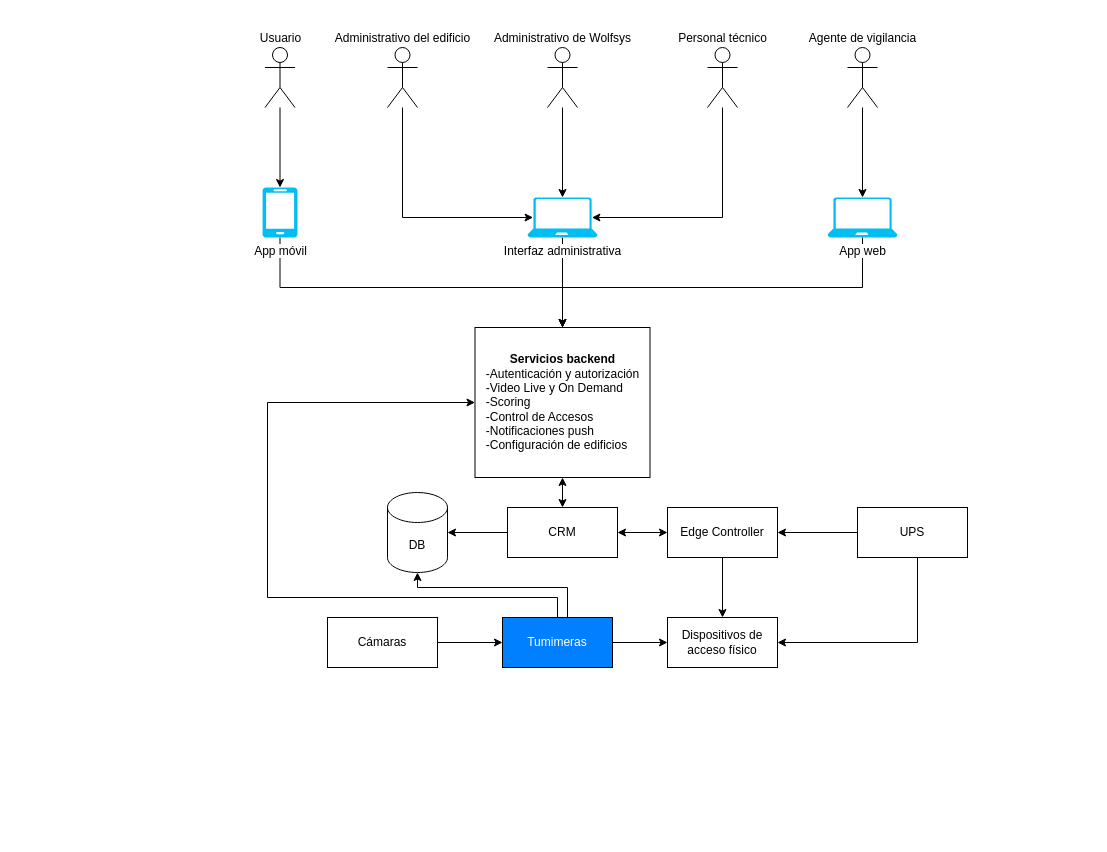
Above: Documentación de la arquitectura/Diagramas/Editables-drawio/AOD.drawio in LIMoreno04/Caso-de-estudio---WolfSys---Arquitectura (draw.io), before the change. Source tidied: cells renumbered, new cells numbered last; positions are measured from the earlier drawing's top-left corner, leaving out a move shared by most shapes. Both pictures are drawn from the tidied source at 100%, with x=0, y=0 at pixel (262, 47).
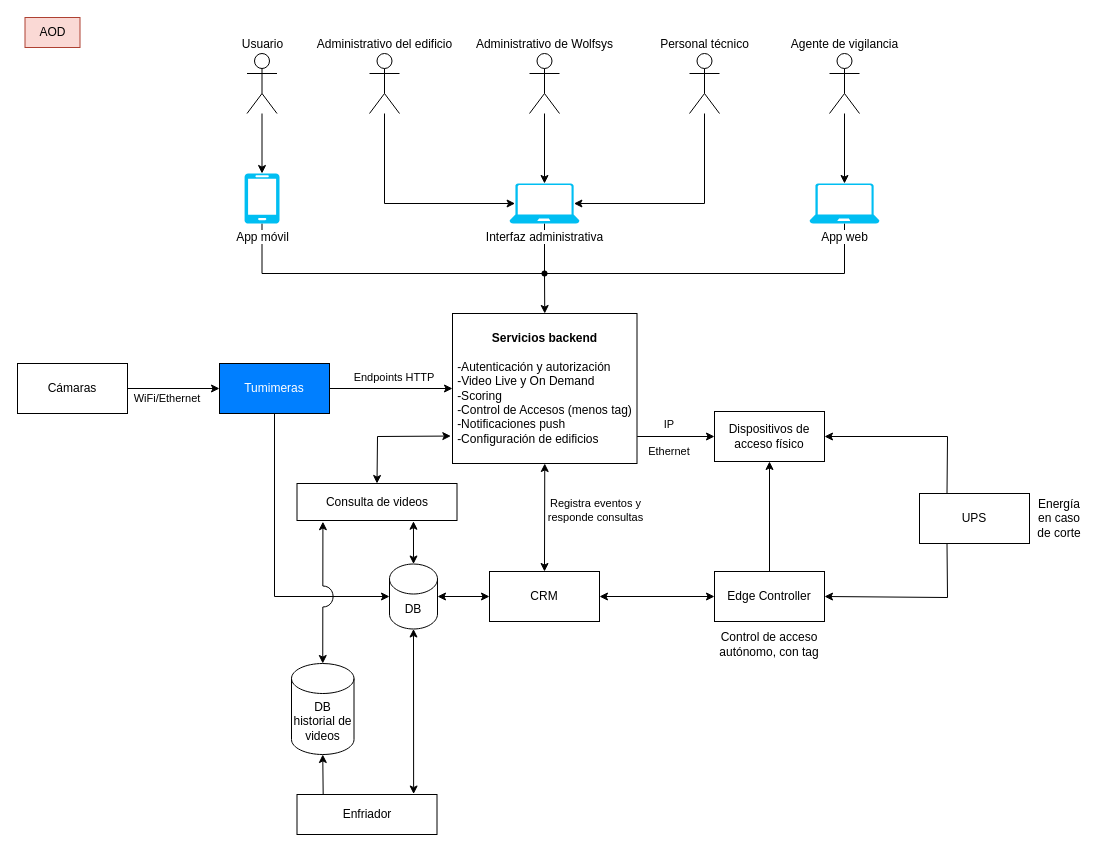
The same page after the edit.

Change to the diagram source:
```diff
@@
     <mxCell id="2" value="Usuario" style="shape=umlActor;verticalLabelPosition=top;verticalAlign=bottom;html=1;align=center;labelPosition=center;" parent="1" vertex="1">
-      <mxGeometry x="2.5" width="30" height="60" as="geometry" />
+      <mxGeometry x="-15.5" y="6" width="30" height="60" as="geometry" />
     </mxCell>
     <mxCell id="3" value="Administrativo del edificio" style="shape=umlActor;verticalLabelPosition=top;verticalAlign=bottom;html=1;labelPosition=center;align=center;" parent="1" vertex="1">
-      <mxGeometry x="125" width="30" height="60" as="geometry" />
+      <mxGeometry x="107" y="6" width="30" height="60" as="geometry" />
     </mxCell>
@@
     <mxCell id="5" value="Agente de vigilancia" style="shape=umlActor;verticalLabelPosition=top;verticalAlign=bottom;html=1;labelPosition=center;align=center;" parent="1" vertex="1">
-      <mxGeometry x="585" width="30" height="60" as="geometry" />
+      <mxGeometry x="567" y="6" width="30" height="60" as="geometry" />
     </mxCell>
     <mxCell id="6" value="Personal técnico" style="shape=umlActor;verticalLabelPosition=top;verticalAlign=bottom;html=1;labelPosition=center;align=center;" parent="1" vertex="1">
-      <mxGeometry x="445" width="30" height="60" as="geometry" />
+      <mxGeometry x="427" y="6" width="30" height="60" as="geometry" />
     </mxCell>
     <mxCell id="7" value="Administrativo de Wolfsys" style="shape=umlActor;verticalLabelPosition=top;verticalAlign=bottom;html=1;labelPosition=center;align=center;" parent="1" vertex="1">
-      <mxGeometry x="285" width="30" height="60" as="geometry" />
+      <mxGeometry x="267" y="6" width="30" height="60" as="geometry" />
     </mxCell>
-    <mxCell id="8" style="edgeStyle=orthogonalEdgeStyle;rounded=0;jettySize=auto;html=1;entryX=0.5;entryY=0;entryDx=0;entryDy=0;" parent="1" edge="1" source="9" target="19">
+    <mxCell id="8" style="edgeStyle=orthogonalEdgeStyle;rounded=0;jettySize=auto;html=1;entryX=0.397;entryY=0.553;entryDx=0;entryDy=0;entryPerimeter=0;endArrow=none;startFill=0;" parent="1" edge="1" source="9" target="48">
       <mxGeometry relative="1" as="geometry">
         <Array as="points">
-          <mxPoint x="18" y="240" />
-          <mxPoint x="300" y="240" />
+          <mxPoint y="226" />
         </Array>
       </mxGeometry>
     </mxCell>
     <mxCell id="9" value="App móvil" style="verticalLabelPosition=bottom;html=1;verticalAlign=top;align=center;strokeColor=none;fillColor=#00BEF2;shape=mxgraph.azure.mobile;labelBackgroundColor=default;" parent="1" vertex="1">
-      <mxGeometry y="140" width="35" height="50" as="geometry" />
+      <mxGeometry x="-18" y="126" width="35" height="50" as="geometry" />
     </mxCell>
-    <mxCell id="10" style="edgeStyle=orthogonalEdgeStyle;rounded=0;jettySize=auto;html=1;entryX=0.5;entryY=0;entryDx=0;entryDy=0;" parent="1" edge="1" source="11" target="19">
+    <mxCell id="10" style="edgeStyle=orthogonalEdgeStyle;rounded=0;jettySize=auto;html=1;entryX=0.497;entryY=0.36;entryDx=0;entryDy=0;entryPerimeter=0;endArrow=none;startFill=0;" parent="1" edge="1" source="11" target="48">
       <mxGeometry relative="1" as="geometry" />
     </mxCell>
     <mxCell id="11" value="Interfaz administrativa" style="verticalLabelPosition=bottom;html=1;verticalAlign=top;align=center;strokeColor=none;fillColor=#00BEF2;shape=mxgraph.azure.laptop;labelBackgroundColor=default;" parent="1" vertex="1">
-      <mxGeometry x="265" y="150" width="70" height="40" as="geometry" />
+      <mxGeometry x="247" y="136" width="70" height="40" as="geometry" />
     </mxCell>
-    <mxCell id="12" style="edgeStyle=orthogonalEdgeStyle;rounded=0;jettySize=auto;html=1;entryX=0.5;entryY=0;entryDx=0;entryDy=0;" parent="1" edge="1" source="13" target="19">
+    <mxCell id="12" style="edgeStyle=orthogonalEdgeStyle;rounded=0;jettySize=auto;html=1;entryX=0.61;entryY=0.567;entryDx=0;entryDy=0;entryPerimeter=0;endArrow=none;startFill=0;" parent="1" edge="1" source="13" target="48">
       <mxGeometry relative="1" as="geometry">
         <Array as="points">
-          <mxPoint x="600" y="240" />
-          <mxPoint x="300" y="240" />
+          <mxPoint x="582" y="226" />
         </Array>
       </mxGeometry>
     </mxCell>
     <mxCell id="13" value="App web" style="verticalLabelPosition=bottom;html=1;verticalAlign=top;align=center;strokeColor=none;fillColor=#00BEF2;shape=mxgraph.azure.laptop;labelBackgroundColor=default;" parent="1" vertex="1">
-      <mxGeometry x="565" y="150" width="70" height="40" as="geometry" />
+      <mxGeometry x="547" y="136" width="70" height="40" as="geometry" />
     </mxCell>
@@
     <mxCell id="16" style="rounded=0;jettySize=auto;html=1;entryX=0.92;entryY=0.5;entryDx=0;entryDy=0;entryPerimeter=0;" parent="1" edge="1" source="6" target="11">
       <mxGeometry relative="1" as="geometry">
         <Array as="points">
-          <mxPoint x="460" y="170" />
+          <mxPoint x="442" y="156" />
         </Array>
       </mxGeometry>
     </mxCell>
     <mxCell id="17" style="rounded=0;jettySize=auto;html=1;entryX=0.08;entryY=0.5;entryDx=0;entryDy=0;entryPerimeter=0;" parent="1" edge="1" source="3" target="11">
       <mxGeometry relative="1" as="geometry">
         <Array as="points">
-          <mxPoint x="140" y="170" />
+          <mxPoint x="122" y="156" />
         </Array>
       </mxGeometry>
     </mxCell>
-    <mxCell id="18" style="edgeStyle=orthogonalEdgeStyle;rounded=0;jettySize=auto;html=1;exitX=0.5;exitY=1;exitDx=0;exitDy=0;entryX=0.5;entryY=0;entryDx=0;entryDy=0;startArrow=classic;startFill=1;" parent="1" edge="1" source="19" target="34">
+    <mxCell id="18" style="rounded=0;jettySize=auto;html=1;exitX=0.5;exitY=1;exitDx=0;exitDy=0;entryX=0.5;entryY=0;entryDx=0;entryDy=0;startArrow=classic;startFill=1;" parent="1" edge="1" source="19" target="34">
       <mxGeometry relative="1" as="geometry" />
     </mxCell>
-    <mxCell id="19" value="&lt;b&gt;Servicios backend&lt;/b&gt;&lt;div style=&quot;text-align: left;&quot;&gt;-Autenticación y autorización&lt;/div&gt;&lt;div style=&quot;text-align: left;&quot;&gt;-&lt;span style=&quot;background-color: transparent; color: light-dark(rgb(0, 0, 0), rgb(255, 255, 255));&quot;&gt;Video Live y On Demand&lt;/span&gt;&lt;span style=&quot;background-color: transparent; color: light-dark(rgb(0, 0, 0), rgb(255, 255, 255));&quot;&gt;&amp;nbsp;&lt;/span&gt;&lt;/div&gt;&lt;div style=&quot;text-align: left;&quot;&gt;&lt;span style=&quot;background-color: transparent; color: light-dark(rgb(0, 0, 0), rgb(255, 255, 255));&quot;&gt;-Scoring&lt;/span&gt;&lt;/div&gt;&lt;div style=&quot;text-align: left;&quot;&gt;&lt;span style=&quot;background-color: transparent; color: light-dark(rgb(0, 0, 0), rgb(255, 255, 255));&quot;&gt;-Control de Accesos&lt;/span&gt;&lt;/div&gt;&lt;div style=&quot;text-align: left;&quot;&gt;&lt;span style=&quot;background-color: transparent; color: light-dark(rgb(0, 0, 0), rgb(255, 255, 255));&quot;&gt;-Notificaciones&lt;/span&gt;&lt;span style=&quot;background-color: transparent; color: light-dark(rgb(0, 0, 0), rgb(255, 255, 255));&quot;&gt;&amp;nbsp;push&lt;/span&gt;&lt;/div&gt;&lt;div style=&quot;text-align: left;&quot;&gt;&lt;span style=&quot;background-color: transparent; color: light-dark(rgb(0, 0, 0), rgb(255, 255, 255));&quot;&gt;-Configuración&lt;/span&gt;&lt;span style=&quot;background-color: transparent; color: light-dark(rgb(0, 0, 0), rgb(255, 255, 255));&quot; class=&quot;Apple-converted-space&quot;&gt;&amp;nbsp;de edificios&lt;/span&gt;&lt;/div&gt;" style="html=1;whiteSpace=wrap;" parent="1" vertex="1">
-      <mxGeometry x="212.5" y="280" width="175" height="150" as="geometry" />
+    <mxCell id="19" value="&lt;b&gt;Servicios backend&lt;/b&gt;&lt;div&gt;&lt;b&gt;&lt;br&gt;&lt;/b&gt;&lt;div style=&quot;text-align: left;&quot;&gt;-Autenticación y autorización&lt;/div&gt;&lt;div style=&quot;text-align: left;&quot;&gt;-&lt;span style=&quot;background-color: transparent; color: light-dark(rgb(0, 0, 0), rgb(255, 255, 255));&quot;&gt;Video Live y On Demand&lt;/span&gt;&lt;span style=&quot;background-color: transparent; color: light-dark(rgb(0, 0, 0), rgb(255, 255, 255));&quot;&gt;&amp;nbsp;&lt;/span&gt;&lt;/div&gt;&lt;div style=&quot;text-align: left;&quot;&gt;&lt;span style=&quot;background-color: transparent; color: light-dark(rgb(0, 0, 0), rgb(255, 255, 255));&quot;&gt;-Scoring&lt;/span&gt;&lt;/div&gt;&lt;div style=&quot;text-align: left;&quot;&gt;&lt;span style=&quot;background-color: transparent; color: light-dark(rgb(0, 0, 0), rgb(255, 255, 255));&quot;&gt;-Control de Accesos (menos tag)&lt;/span&gt;&lt;/div&gt;&lt;div style=&quot;text-align: left;&quot;&gt;&lt;span style=&quot;background-color: transparent; color: light-dark(rgb(0, 0, 0), rgb(255, 255, 255));&quot;&gt;-Notificaciones&lt;/span&gt;&lt;span style=&quot;background-color: transparent; color: light-dark(rgb(0, 0, 0), rgb(255, 255, 255));&quot;&gt;&amp;nbsp;push&lt;/span&gt;&lt;/div&gt;&lt;div style=&quot;text-align: left;&quot;&gt;&lt;span style=&quot;background-color: transparent; color: light-dark(rgb(0, 0, 0), rgb(255, 255, 255));&quot;&gt;-Configuración&lt;/span&gt;&lt;span style=&quot;background-color: transparent; color: light-dark(rgb(0, 0, 0), rgb(255, 255, 255));&quot; class=&quot;Apple-converted-space&quot;&gt;&amp;nbsp;de edificios&lt;/span&gt;&lt;/div&gt;&lt;/div&gt;" style="html=1;whiteSpace=wrap;" parent="1" vertex="1">
+      <mxGeometry x="190" y="266" width="184.5" height="150" as="geometry" />
     </mxCell>
-    <mxCell id="20" style="edgeStyle=orthogonalEdgeStyle;rounded=0;jettySize=auto;html=1;entryX=0.5;entryY=0;entryDx=0;entryDy=0;" parent="1" edge="1" source="21" target="28">
+    <mxCell id="20" style="rounded=0;jettySize=auto;html=1;entryX=0.5;entryY=1;entryDx=0;entryDy=0;" parent="1" edge="1" source="21" target="28">
       <mxGeometry relative="1" as="geometry" />
     </mxCell>
     <mxCell id="21" value="Edge Controller" style="html=1;whiteSpace=wrap;" parent="1" vertex="1">
-      <mxGeometry x="405" y="460" width="110" height="50" as="geometry" />
+      <mxGeometry x="452" y="524" width="110" height="50" as="geometry" />
     </mxCell>
-    <mxCell id="22" style="edgeStyle=orthogonalEdgeStyle;rounded=0;jettySize=auto;html=1;entryX=0;entryY=0.5;entryDx=0;entryDy=0;" parent="1" edge="1" source="25" target="28">
-      <mxGeometry relative="1" as="geometry" />
-    </mxCell>
-    <mxCell id="23" style="edgeStyle=orthogonalEdgeStyle;rounded=0;jettySize=auto;html=1;exitX=0.5;exitY=0;exitDx=0;exitDy=0;entryX=0;entryY=0.5;entryDx=0;entryDy=0;" parent="1" edge="1" source="25" target="19">
-      <mxGeometry relative="1" as="geometry">
-        <Array as="points">
-          <mxPoint x="295" y="550" />
-          <mxPoint x="5" y="550" />
-          <mxPoint x="5" y="355" />
-        </Array>
-      </mxGeometry>
+    <mxCell id="23" style="rounded=0;jettySize=auto;html=1;exitX=1;exitY=0.5;exitDx=0;exitDy=0;entryX=0;entryY=0.5;entryDx=0;entryDy=0;" parent="1" edge="1" source="25" target="19">
+      <mxGeometry relative="1" as="geometry" />
     </mxCell>
-    <mxCell id="24" style="edgeStyle=orthogonalEdgeStyle;rounded=0;jettySize=auto;html=1;exitX=0.75;exitY=0;exitDx=0;exitDy=0;" parent="1" edge="1" source="25" target="29">
+    <mxCell id="24" style="rounded=0;jettySize=auto;html=1;exitX=0.5;exitY=1;exitDx=0;exitDy=0;entryX=0;entryY=0.5;entryDx=0;entryDy=0;entryPerimeter=0;" parent="1" edge="1" source="25" target="29">
       <mxGeometry relative="1" as="geometry">
         <Array as="points">
-          <mxPoint x="305" y="570" />
-          <mxPoint x="305" y="540" />
-          <mxPoint x="155" y="540" />
+          <mxPoint x="12" y="549" />
         </Array>
       </mxGeometry>
     </mxCell>
     <mxCell id="25" value="Tumimeras" style="html=1;whiteSpace=wrap;labelBackgroundColor=none;fontColor=light-dark(#ffffff, #ededed);fillColor=#007FFF;" parent="1" vertex="1">
-      <mxGeometry x="240" y="570" width="110" height="50" as="geometry" />
+      <mxGeometry x="-43" y="316" width="110" height="50" as="geometry" />
     </mxCell>
-    <mxCell id="26" style="edgeStyle=orthogonalEdgeStyle;rounded=0;jettySize=auto;html=1;exitX=1;exitY=0.5;exitDx=0;exitDy=0;entryX=0;entryY=0.5;entryDx=0;entryDy=0;" parent="1" edge="1" source="27" target="25">
+    <mxCell id="26" style="rounded=0;jettySize=auto;html=1;exitX=1;exitY=0.5;exitDx=0;exitDy=0;entryX=0;entryY=0.5;entryDx=0;entryDy=0;" parent="1" edge="1" source="27" target="25">
       <mxGeometry relative="1" as="geometry" />
     </mxCell>
     <mxCell id="27" value="Cámaras" style="html=1;whiteSpace=wrap;" parent="1" vertex="1">
-      <mxGeometry x="65" y="570" width="110" height="50" as="geometry" />
+      <mxGeometry x="-245" y="316" width="110" height="50" as="geometry" />
     </mxCell>
     <mxCell id="28" value="Dispositivos de acceso físico" style="html=1;whiteSpace=wrap;" parent="1" vertex="1">
-      <mxGeometry x="405" y="570" width="110" height="50" as="geometry" />
+      <mxGeometry x="452" y="364" width="110" height="50" as="geometry" />
     </mxCell>
     <mxCell id="29" value="DB" style="shape=cylinder3;whiteSpace=wrap;html=1;boundedLbl=1;backgroundOutline=1;size=15;" parent="1" vertex="1">
-      <mxGeometry x="125" y="445" width="60" height="80" as="geometry" />
+      <mxGeometry x="127" y="516.5" width="48" height="65" as="geometry" />
     </mxCell>
-    <mxCell id="30" style="edgeStyle=orthogonalEdgeStyle;rounded=0;jettySize=auto;html=1;exitX=0;exitY=0.5;exitDx=0;exitDy=0;entryX=1;entryY=0.5;entryDx=0;entryDy=0;" parent="1" edge="1" source="32" target="21">
-      <mxGeometry relative="1" as="geometry" />
+    <mxCell id="30" style="rounded=0;jettySize=auto;html=1;exitX=0.25;exitY=1;exitDx=0;exitDy=0;entryX=1;entryY=0.5;entryDx=0;entryDy=0;" parent="1" edge="1" source="32" target="21">
+      <mxGeometry relative="1" as="geometry">
+        <Array as="points">
+          <mxPoint x="685" y="550" />
+        </Array>
+      </mxGeometry>
     </mxCell>
-    <mxCell id="31" style="edgeStyle=orthogonalEdgeStyle;rounded=0;jettySize=auto;html=1;entryX=1;entryY=0.5;entryDx=0;entryDy=0;" parent="1" edge="1" source="32" target="28">
+    <mxCell id="31" style="rounded=0;jettySize=auto;html=1;entryX=1;entryY=0.5;entryDx=0;entryDy=0;exitX=0.25;exitY=0;exitDx=0;exitDy=0;" parent="1" edge="1" source="32" target="28">
       <mxGeometry relative="1" as="geometry">
         <Array as="points">
-          <mxPoint x="655" y="595" />
+          <mxPoint x="685" y="389" />
         </Array>
       </mxGeometry>
     </mxCell>
     <mxCell id="32" value="UPS" style="html=1;whiteSpace=wrap;" parent="1" vertex="1">
-      <mxGeometry x="595" y="460" width="110" height="50" as="geometry" />
+      <mxGeometry x="657" y="446" width="110" height="50" as="geometry" />
     </mxCell>
-    <mxCell id="33" style="edgeStyle=orthogonalEdgeStyle;rounded=0;jettySize=auto;html=1;exitX=1;exitY=0.5;exitDx=0;exitDy=0;entryX=0;entryY=0.5;entryDx=0;entryDy=0;startArrow=classic;startFill=1;" parent="1" edge="1" source="34" target="21">
+    <mxCell id="33" style="rounded=0;jettySize=auto;html=1;exitX=1;exitY=0.5;exitDx=0;exitDy=0;entryX=0;entryY=0.5;entryDx=0;entryDy=0;startArrow=classic;startFill=1;" parent="1" edge="1" source="34" target="21">
       <mxGeometry relative="1" as="geometry" />
     </mxCell>
     <mxCell id="34" value="CRM" style="html=1;whiteSpace=wrap;" parent="1" vertex="1">
-      <mxGeometry x="245" y="460" width="110" height="50" as="geometry" />
+      <mxGeometry x="227" y="524" width="110" height="50" as="geometry" />
     </mxCell>
-    <mxCell id="35" style="edgeStyle=orthogonalEdgeStyle;rounded=0;jettySize=auto;html=1;exitX=0;exitY=0.5;exitDx=0;exitDy=0;entryX=1;entryY=0.5;entryDx=0;entryDy=0;entryPerimeter=0;" parent="1" edge="1" source="34" target="29">
+    <mxCell id="35" style="rounded=0;jettySize=auto;html=1;exitX=0;exitY=0.5;exitDx=0;exitDy=0;entryX=1;entryY=0.5;entryDx=0;entryDy=0;entryPerimeter=0;startArrow=classic;startFill=1;" parent="1" edge="1" source="34" target="29">
       <mxGeometry relative="1" as="geometry" />
     </mxCell>
+    <mxCell id="36" value="AOD" style="rounded=0;whiteSpace=wrap;html=1;fillColor=#fad9d5;strokeColor=#ae4132;" parent="1" vertex="1">
+      <mxGeometry x="-237.5" y="-30" width="55" height="30" as="geometry" />
+    </mxCell>
+    <mxCell id="37" style="endArrow=classic;html=1;rounded=0;exitX=1.001;exitY=0.82;exitDx=0;exitDy=0;exitPerimeter=0;entryX=0;entryY=0.5;entryDx=0;entryDy=0;" parent="1" edge="1" source="19" target="28">
+      <mxGeometry relative="1" as="geometry" />
+    </mxCell>
+    <mxCell id="38" value="Endpoints HTTP" style="text;html=1;align=center;verticalAlign=middle;whiteSpace=wrap;rounded=0;fontSize=11;" parent="1" vertex="1">
+      <mxGeometry x="82" y="319" width="100" height="21" as="geometry" />
+    </mxCell>
+    <mxCell id="39" style="endArrow=classic;html=1;rounded=0;entryX=-0.009;entryY=0.817;entryDx=0;entryDy=0;entryPerimeter=0;exitX=0.5;exitY=0;exitDx=0;exitDy=0;startArrow=classic;startFill=1;" parent="1" edge="1" source="40" target="19">
+      <mxGeometry relative="1" as="geometry">
+        <Array as="points">
+          <mxPoint x="115" y="389" />
+        </Array>
+      </mxGeometry>
+    </mxCell>
+    <mxCell id="40" value="Consulta de videos" style="html=1;whiteSpace=wrap;" parent="1" vertex="1">
+      <mxGeometry x="34.5" y="436" width="160" height="37" as="geometry" />
+    </mxCell>
+    <mxCell id="41" style="endArrow=classic;html=1;rounded=0;exitX=0.728;exitY=1.02;exitDx=0;exitDy=0;entryX=0.5;entryY=0;entryDx=0;entryDy=0;entryPerimeter=0;startArrow=classic;startFill=1;exitPerimeter=0;endFill=1;" parent="1" edge="1" source="40" target="29">
+      <mxGeometry relative="1" as="geometry" />
+    </mxCell>
+    <mxCell id="42" value="DB historial de videos" style="shape=cylinder3;whiteSpace=wrap;html=1;boundedLbl=1;backgroundOutline=1;size=15;" parent="1" vertex="1">
+      <mxGeometry x="29" y="616" width="62.5" height="91" as="geometry" />
+    </mxCell>
+    <mxCell id="43" style="endArrow=classic;html=1;rounded=0;entryX=0.5;entryY=0;entryDx=0;entryDy=0;entryPerimeter=0;jumpStyle=arc;jumpSize=21;startFill=1;startArrow=classic;exitX=0.162;exitY=1.032;exitDx=0;exitDy=0;exitPerimeter=0;endFill=1;" parent="1" edge="1" source="40" target="42">
+      <mxGeometry relative="1" as="geometry" />
+    </mxCell>
+    <mxCell id="44" value="Enfriador" style="html=1;whiteSpace=wrap;" parent="1" vertex="1">
+      <mxGeometry x="34.5" y="747" width="140" height="40" as="geometry" />
+    </mxCell>
+    <mxCell id="45" style="endArrow=classic;html=1;rounded=0;exitX=0.5;exitY=1;exitDx=0;exitDy=0;exitPerimeter=0;entryX=0.833;entryY=-0.012;entryDx=0;entryDy=0;entryPerimeter=0;startArrow=classic;startFill=1;" parent="1" edge="1" source="29" target="44">
+      <mxGeometry relative="1" as="geometry" />
+    </mxCell>
+    <mxCell id="46" style="endArrow=classic;html=1;rounded=0;exitX=0.187;exitY=0.01;exitDx=0;exitDy=0;exitPerimeter=0;entryX=0.5;entryY=1;entryDx=0;entryDy=0;entryPerimeter=0;" parent="1" edge="1" source="44" target="42">
+      <mxGeometry relative="1" as="geometry" />
+    </mxCell>
+    <mxCell id="47" style="rounded=0;jettySize=auto;html=1;entryX=0.5;entryY=0;entryDx=0;entryDy=0;" parent="1" edge="1" source="48" target="19">
+      <mxGeometry relative="1" as="geometry" />
+    </mxCell>
+    <mxCell id="48" style="shape=waypoint;sketch=0;fillStyle=solid;size=6;points=[];fillColor=none;perimeter=centerPerimeter;snapToPoint=1;" parent="1" vertex="1">
+      <mxGeometry x="272" y="216" width="20" height="20" as="geometry" />
+    </mxCell>
+    <mxCell id="49" value="Registra eventos y responde consultas" style="text;html=1;align=center;verticalAlign=middle;whiteSpace=wrap;rounded=0;fontSize=11;" parent="1" vertex="1">
+      <mxGeometry x="272" y="446" width="123" height="34" as="geometry" />
+    </mxCell>
+    <mxCell id="50" value="WiFi/Ethernet" style="text;html=1;align=center;verticalAlign=middle;whiteSpace=wrap;rounded=0;fontSize=11;" parent="1" vertex="1">
+      <mxGeometry x="-145" y="340" width="100" height="21" as="geometry" />
+    </mxCell>
+    <mxCell id="51" value="Ethernet" style="text;html=1;align=center;verticalAlign=middle;whiteSpace=wrap;rounded=0;fontSize=11;" parent="1" vertex="1">
+      <mxGeometry x="357" y="393" width="100" height="21" as="geometry" />
+    </mxCell>
+    <mxCell id="52" value="IP" style="text;html=1;align=center;verticalAlign=middle;whiteSpace=wrap;rounded=0;fontSize=11;" parent="1" vertex="1">
+      <mxGeometry x="357" y="366" width="100" height="21" as="geometry" />
+    </mxCell>
+    <mxCell id="53" value="Energía en caso de corte" style="text;html=1;align=center;verticalAlign=middle;whiteSpace=wrap;rounded=0;" parent="1" vertex="1">
+      <mxGeometry x="767" y="456" width="60" height="30" as="geometry" />
+    </mxCell>
+    <mxCell id="54" value="Control de acceso autónomo, con tag" style="text;html=1;align=center;verticalAlign=middle;whiteSpace=wrap;rounded=0;" parent="1" vertex="1">
+      <mxGeometry x="443" y="581.5" width="128" height="30" as="geometry" />
+    </mxCell>
```
